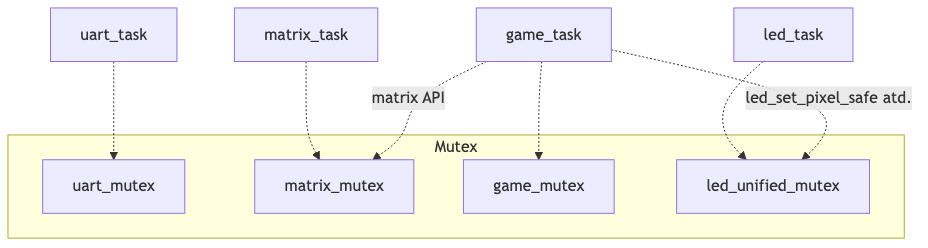
The Mermaid diagram docs/diagrams/mutex_map.png in AlfredKrutina/chess_esp32_c6_devkit, before a commit. Its source is kept beside it as docs/diagrams/sources/mutex_map.mmd.
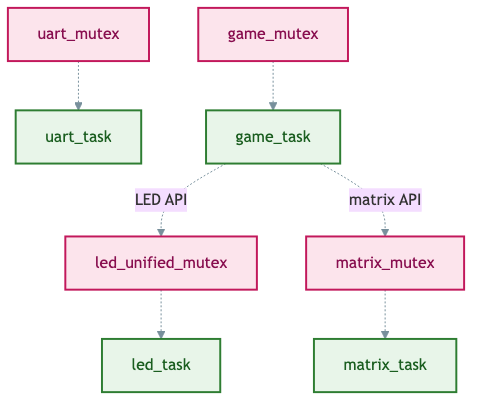
The same file after the commit.

The edit, as a diff of the source:
```diff
@@ -1,14 +1,21 @@
+%%{init: {'theme':'base', 'themeVariables': {'lineColor':'#78909c'}}}%%
 flowchart TB
-  subgraph MX["Mutex"]
-    UM[uart_mutex]
-    MM[matrix_mutex]
-    GM[game_mutex]
-    LM[led_unified_mutex]
-  end
+  UM[uart_mutex]:::mx
+  MM[matrix_mutex]:::mx
+  GM[game_mutex]:::mx
+  LM[led_unified_mutex]:::mx
 
-  UT[uart_task] -.-> UM
-  MT[matrix_task] -.-> MM
-  GT[game_task] -.-> GM
-  LT[led_task] -.-> LM
-  GT -.->|"led_set_pixel_safe atd."| LM
-  GT -.->|"matrix API"| MM
+  UT[uart_task]:::task
+  MT[matrix_task]:::task
+  GT[game_task]:::task
+  LT[led_task]:::task
+
+  UM -.-> UT
+  MM -.-> MT
+  GM -.-> GT
+  LM -.-> LT
+  GT -.->|LED API| LM
+  GT -.->|matrix API| MM
+
+  classDef mx fill:#fce4ec,stroke:#c2185b,stroke-width:2px,color:#880e4f
+  classDef task fill:#e8f5e9,stroke:#2e7d32,stroke-width:2px,color:#1b5e20
```
